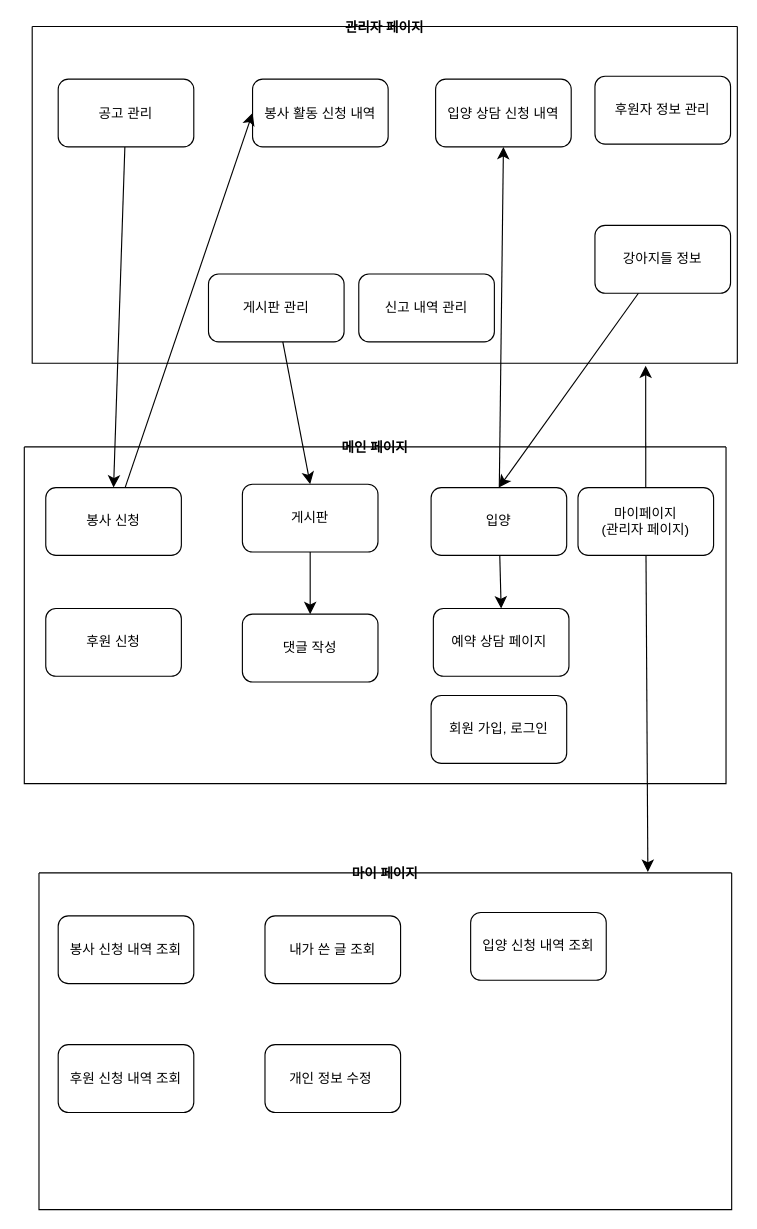
This is 유기견보호센터.drawio from networkSorcerer/project, a draw.io file, before an edit. Source tidied: cells renumbered, new cells numbered last; positions are measured from the earlier drawing's top-left corner, leaving out a move shared by most shapes. Both pictures are drawn from the tidied source at 113%, with x=0, y=0 at pixel (24, 26).
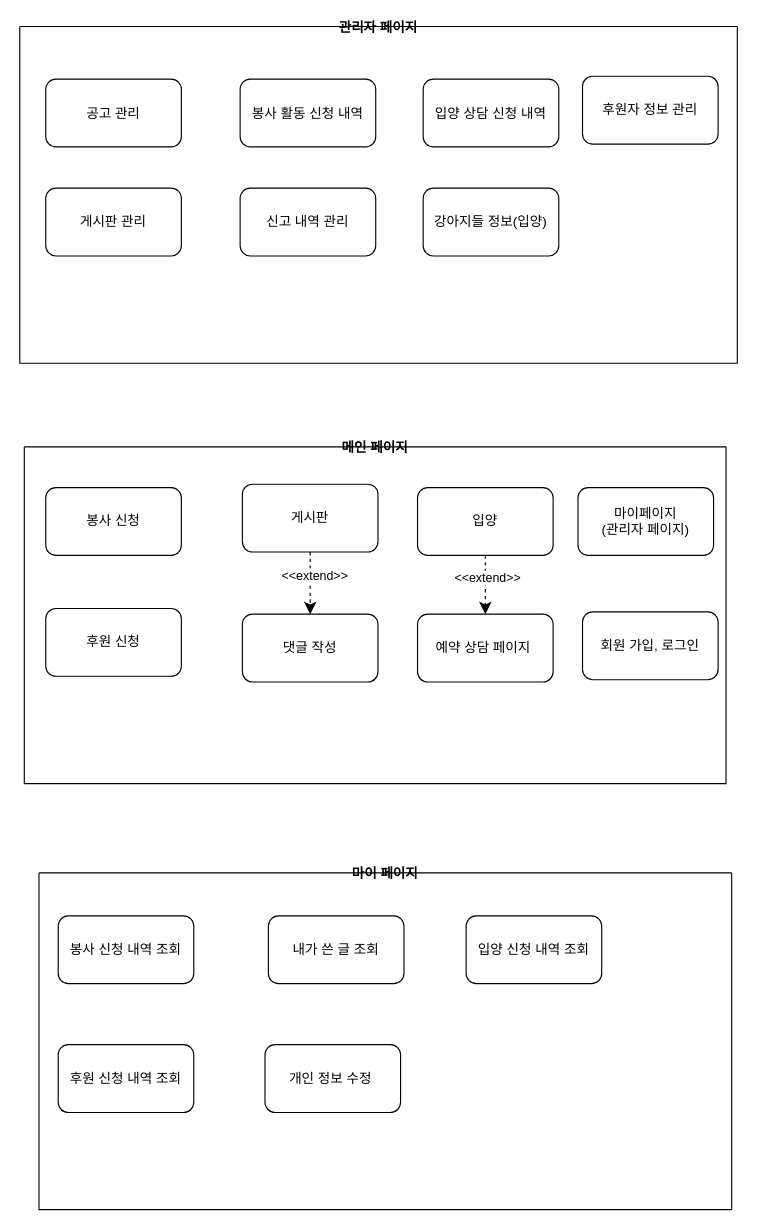
Above is the later version.

Commit message:
유기견보호센터.drawio 업데이트

Unchanged cells that the change refers to:
```xml
<mxCell id="3" value="공고 관리" style="rounded=1;whiteSpace=wrap;html=1;" parent="2" vertex="1">
  <mxGeometry x="23" y="46.5" width="120" height="60" as="geometry" />
</mxCell>
<mxCell id="4" value="봉사 활동 신청 내역" style="rounded=1;whiteSpace=wrap;html=1;" parent="2" vertex="1">
  <mxGeometry x="195" y="46.5" width="120" height="60" as="geometry" />
</mxCell>
<mxCell id="5" value="입양 상담 신청 내역" style="rounded=1;whiteSpace=wrap;html=1;" parent="2" vertex="1">
  <mxGeometry x="357" y="46.5" width="120" height="60" as="geometry" />
</mxCell>
<mxCell id="10" value="메인 페이지" style="swimlane;startSize=0;" parent="1" vertex="1">
  <mxGeometry y="372" width="621" height="298" as="geometry" />
</mxCell>
<mxCell id="11" value="봉사 신청" style="rounded=1;whiteSpace=wrap;html=1;" parent="10" vertex="1">
  <mxGeometry x="19" y="36" width="120" height="60" as="geometry" />
</mxCell>
<mxCell id="13" value="게시판" style="rounded=1;whiteSpace=wrap;html=1;" parent="10" vertex="1">
  <mxGeometry x="193" y="33" width="120" height="60" as="geometry" />
</mxCell>
<mxCell id="16" value="댓글 작성" style="rounded=1;whiteSpace=wrap;html=1;" parent="10" vertex="1">
  <mxGeometry x="193" y="148" width="120" height="60" as="geometry" />
</mxCell>
<mxCell id="20" value="마이페이지&lt;br&gt;(관리자 페이지)" style="rounded=1;whiteSpace=wrap;html=1;" parent="10" vertex="1">
  <mxGeometry x="490" y="36" width="120" height="60" as="geometry" />
</mxCell>
<mxCell id="21" value="마이 페이지" style="swimlane;startSize=0;" parent="1" vertex="1">
  <mxGeometry x="13" y="749" width="613" height="298" as="geometry" />
</mxCell>
```

The edit, as a diff of the source:
```diff
@@
     <mxCell id="2" value="관리자 페이지" style="swimlane;startSize=0;" parent="1" vertex="1">
-      <mxGeometry x="7" width="624" height="298" as="geometry" />
+      <mxGeometry x="-4" width="635" height="298" as="geometry" />
     </mxCell>
@@
     <mxCell id="6" value="게시판 관리" style="rounded=1;whiteSpace=wrap;html=1;" parent="2" vertex="1">
-      <mxGeometry x="156" y="219" width="120" height="60" as="geometry" />
+      <mxGeometry x="23" y="143" width="120" height="60" as="geometry" />
     </mxCell>
@@
-    <mxCell id="8" value="강아지들 정보" style="rounded=1;whiteSpace=wrap;html=1;" parent="2" vertex="1">
-      <mxGeometry x="498" y="176" width="120" height="60" as="geometry" />
+    <mxCell id="8" value="강아지들 정보(입양)" style="rounded=1;whiteSpace=wrap;html=1;" parent="2" vertex="1">
+      <mxGeometry x="357" y="143" width="120" height="60" as="geometry" />
     </mxCell>
     <mxCell id="9" value="신고 내역 관리" style="rounded=1;whiteSpace=wrap;html=1;" parent="2" vertex="1">
-      <mxGeometry x="289" y="219" width="120" height="60" as="geometry" />
+      <mxGeometry x="195" y="143" width="120" height="60" as="geometry" />
     </mxCell>
@@
-    <mxCell id="12" style="edgeStyle=none;curved=1;rounded=0;jettySize=auto;html=1;fontSize=12;startSize=8;endSize=8;" parent="10" edge="1" source="13" target="16">
+    <mxCell id="12" style="edgeStyle=none;curved=1;rounded=0;jettySize=auto;html=1;fontSize=12;startSize=8;endSize=8;dashed=1;" parent="10" edge="1" source="13" target="16">
       <mxGeometry relative="1" as="geometry" />
     </mxCell>
+    <mxCell id="34" value="&amp;lt;&amp;lt;extend&amp;gt;&amp;gt;" style="edgeLabel;html=1;align=center;verticalAlign=middle;" parent="12" vertex="1">
+      <mxGeometry x="-0.27" y="3" relative="1" as="geometry" />
+    </mxCell>
@@
-    <mxCell id="14" style="edgeStyle=none;curved=1;rounded=0;jettySize=auto;html=1;entryX=0.5;entryY=0;entryDx=0;entryDy=0;fontSize=12;startSize=8;endSize=8;" parent="10" edge="1" source="15" target="19">
+    <mxCell id="14" style="edgeStyle=none;curved=1;rounded=0;jettySize=auto;html=1;entryX=0.5;entryY=0;entryDx=0;entryDy=0;fontSize=12;startSize=8;endSize=8;dashed=1;" parent="10" edge="1" source="15" target="19">
       <mxGeometry relative="1" as="geometry" />
     </mxCell>
+    <mxCell id="35" value="&amp;lt;&amp;lt;extend&amp;gt;&amp;gt;" style="edgeLabel;html=1;align=center;verticalAlign=middle;" parent="14" vertex="1">
+      <mxGeometry x="-0.27" y="1" relative="1" as="geometry" />
+    </mxCell>
     <mxCell id="15" value="입양" style="rounded=1;whiteSpace=wrap;html=1;" parent="10" vertex="1">
-      <mxGeometry x="360" y="36" width="120" height="60" as="geometry" />
+      <mxGeometry x="348" y="36" width="120" height="60" as="geometry" />
     </mxCell>
@@
     <mxCell id="18" value="회원 가입, 로그인" style="rounded=1;whiteSpace=wrap;html=1;" parent="10" vertex="1">
-      <mxGeometry x="360" y="220" width="120" height="60" as="geometry" />
+      <mxGeometry x="494" y="146" width="120" height="60" as="geometry" />
     </mxCell>
     <mxCell id="19" value="예약 상담 페이지&amp;nbsp;" style="rounded=1;whiteSpace=wrap;html=1;" parent="10" vertex="1">
-      <mxGeometry x="362" y="143" width="120" height="60" as="geometry" />
+      <mxGeometry x="348" y="148" width="120" height="60" as="geometry" />
     </mxCell>
@@
     <mxCell id="23" value="내가 쓴 글 조회" style="rounded=1;whiteSpace=wrap;html=1;" parent="21" vertex="1">
-      <mxGeometry x="200" y="38" width="120" height="60" as="geometry" />
+      <mxGeometry x="203" y="38" width="120" height="60" as="geometry" />
     </mxCell>
     <mxCell id="24" value="입양 신청 내역 조회" style="rounded=1;whiteSpace=wrap;html=1;" parent="21" vertex="1">
-      <mxGeometry x="382" y="35" width="120" height="60" as="geometry" />
+      <mxGeometry x="378" y="38" width="120" height="60" as="geometry" />
     </mxCell>
@@
-    <mxCell id="27" style="edgeStyle=none;curved=1;rounded=0;jettySize=auto;html=1;entryX=0.5;entryY=0;entryDx=0;entryDy=0;fontSize=12;startSize=8;endSize=8;" parent="1" edge="1" source="3" target="11">
-      <mxGeometry relative="1" as="geometry" />
-    </mxCell>
-    <mxCell id="28" style="edgeStyle=none;curved=1;rounded=0;jettySize=auto;html=1;entryX=0.5;entryY=1;entryDx=0;entryDy=0;fontSize=12;startSize=8;endSize=8;" parent="1" edge="1" source="15" target="5">
-      <mxGeometry relative="1" as="geometry" />
-    </mxCell>
-    <mxCell id="29" style="edgeStyle=none;curved=1;rounded=0;jettySize=auto;html=1;entryX=0;entryY=0.5;entryDx=0;entryDy=0;fontSize=12;startSize=8;endSize=8;" parent="1" edge="1" source="11" target="4">
-      <mxGeometry relative="1" as="geometry" />
-    </mxCell>
-    <mxCell id="30" style="edgeStyle=none;curved=1;rounded=0;jettySize=auto;html=1;entryX=0.5;entryY=0;entryDx=0;entryDy=0;fontSize=12;startSize=8;endSize=8;" parent="1" edge="1" source="6" target="13">
-      <mxGeometry relative="1" as="geometry" />
-    </mxCell>
-    <mxCell id="31" style="edgeStyle=none;curved=1;rounded=0;jettySize=auto;html=1;entryX=0.5;entryY=0;entryDx=0;entryDy=0;fontSize=12;startSize=8;endSize=8;" parent="1" edge="1" source="8" target="15">
-      <mxGeometry relative="1" as="geometry" />
-    </mxCell>
-    <mxCell id="32" style="edgeStyle=none;curved=1;rounded=0;jettySize=auto;html=1;entryX=0.87;entryY=1.007;entryDx=0;entryDy=0;entryPerimeter=0;fontSize=12;startSize=8;endSize=8;" parent="1" edge="1" source="20" target="2">
-      <mxGeometry relative="1" as="geometry" />
-    </mxCell>
-    <mxCell id="33" style="edgeStyle=none;curved=1;rounded=0;jettySize=auto;html=1;entryX=0.879;entryY=-0.003;entryDx=0;entryDy=0;entryPerimeter=0;fontSize=12;startSize=8;endSize=8;" parent="1" edge="1" source="20" target="21">
-      <mxGeometry relative="1" as="geometry" />
-    </mxCell>
```
